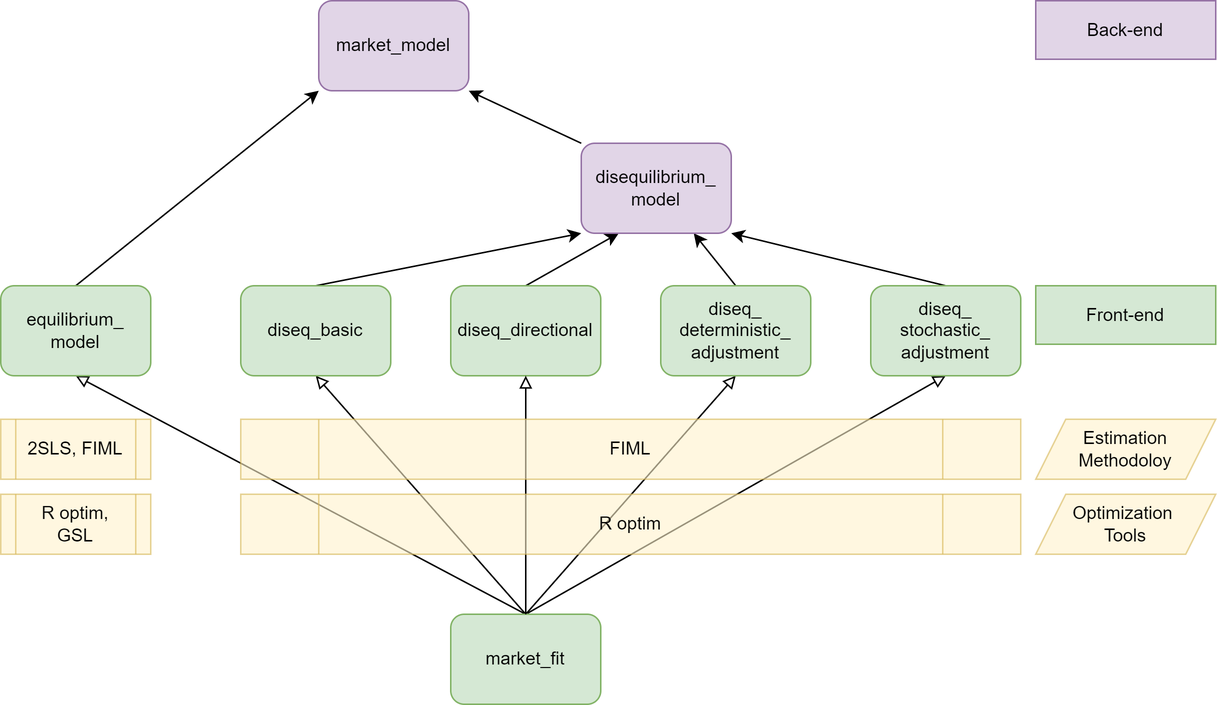
The draw.io diagram man/figures/design.png in pi-kappa-devel/markets, before a commit. Source tidied: cells renumbered, new cells last; positions are measured from the earlier drawing's top-left corner, leaving out a move shared by most shapes.
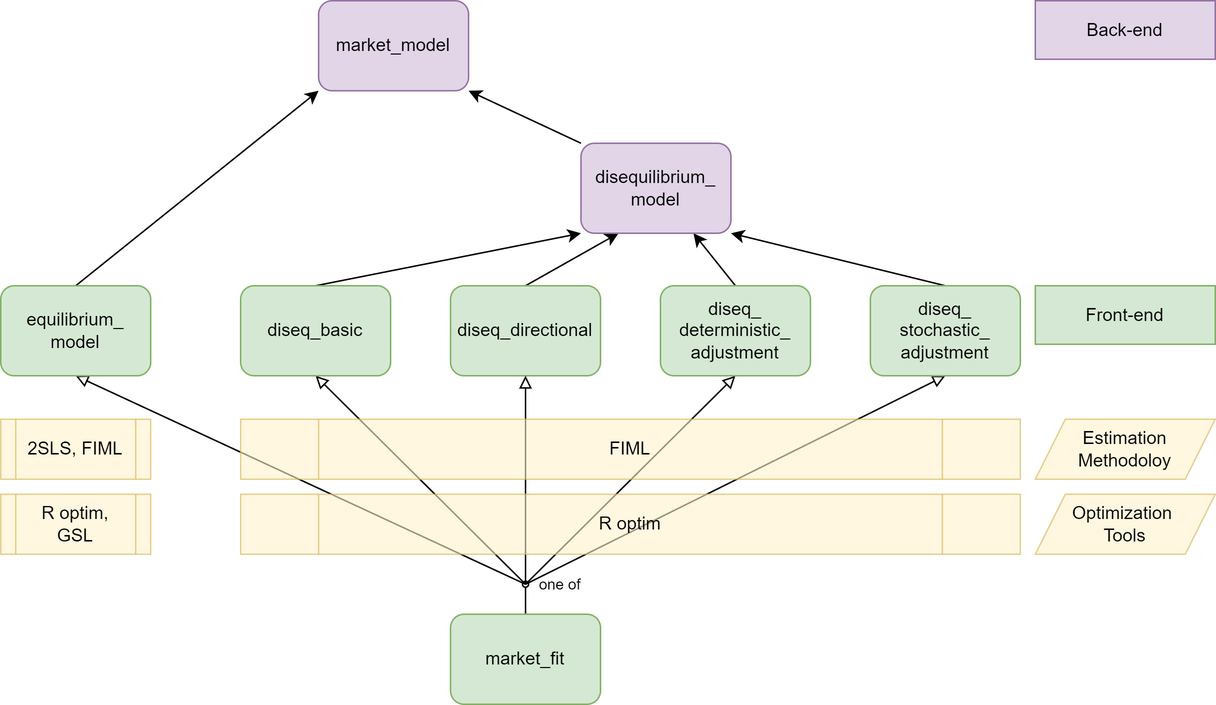
The same file after the commit.

The edit, as a diff of the source:
```diff
@@ -2,17 +2,25 @@
   <root>
     <mxCell id="0" />
     <mxCell id="1" parent="0" />
-    <mxCell id="2" style="edgeStyle=orthogonalEdgeStyle;rounded=0;jettySize=auto;html=1;noEdgeStyle=1;orthogonal=1;entryX=0.5;entryY=1;entryDx=0;entryDy=0;exitX=0.5;exitY=0;exitDx=0;exitDy=0;startArrow=none;startFill=0;endArrow=block;endFill=0;" parent="1" edge="1" source="25" target="9">
-      <mxGeometry relative="1" as="geometry" />
+    <mxCell id="2" style="edgeStyle=orthogonalEdgeStyle;rounded=0;jettySize=auto;html=1;noEdgeStyle=1;orthogonal=1;entryX=0.5;entryY=1;entryDx=0;entryDy=0;startArrow=none;startFill=0;endArrow=block;endFill=0;" parent="1" edge="1" target="9">
+      <mxGeometry relative="1" as="geometry">
+        <mxPoint x="350" y="389" as="sourcePoint" />
+      </mxGeometry>
     </mxCell>
-    <mxCell id="3" style="edgeStyle=orthogonalEdgeStyle;rounded=0;jettySize=auto;html=1;noEdgeStyle=1;orthogonal=1;entryX=0.5;entryY=1;entryDx=0;entryDy=0;exitX=0.5;exitY=0;exitDx=0;exitDy=0;startArrow=none;startFill=0;endArrow=block;endFill=0;" parent="1" edge="1" source="25" target="15">
-      <mxGeometry relative="1" as="geometry" />
+    <mxCell id="3" style="edgeStyle=orthogonalEdgeStyle;rounded=0;jettySize=auto;html=1;noEdgeStyle=1;orthogonal=1;entryX=0.5;entryY=1;entryDx=0;entryDy=0;startArrow=none;startFill=0;endArrow=block;endFill=0;" parent="1" edge="1" target="15">
+      <mxGeometry relative="1" as="geometry">
+        <mxPoint x="350" y="389" as="sourcePoint" />
+      </mxGeometry>
     </mxCell>
-    <mxCell id="4" style="edgeStyle=orthogonalEdgeStyle;rounded=0;jettySize=auto;html=1;noEdgeStyle=1;orthogonal=1;entryX=0.5;entryY=1;entryDx=0;entryDy=0;exitX=0.5;exitY=0;exitDx=0;exitDy=0;startArrow=none;startFill=0;endArrow=block;endFill=0;" parent="1" edge="1" source="25" target="17">
-      <mxGeometry relative="1" as="geometry" />
+    <mxCell id="4" style="edgeStyle=orthogonalEdgeStyle;rounded=0;jettySize=auto;html=1;noEdgeStyle=1;orthogonal=1;entryX=0.5;entryY=1;entryDx=0;entryDy=0;startArrow=none;startFill=0;endArrow=block;endFill=0;" parent="1" edge="1" target="17">
+      <mxGeometry relative="1" as="geometry">
+        <mxPoint x="350" y="389" as="sourcePoint" />
+      </mxGeometry>
     </mxCell>
-    <mxCell id="5" style="edgeStyle=orthogonalEdgeStyle;rounded=0;jettySize=auto;html=1;noEdgeStyle=1;orthogonal=1;entryX=0.5;entryY=1;entryDx=0;entryDy=0;exitX=0.5;exitY=0;exitDx=0;exitDy=0;startArrow=none;startFill=0;endArrow=block;endFill=0;" parent="1" edge="1" source="25" target="18">
-      <mxGeometry relative="1" as="geometry" />
+    <mxCell id="5" style="edgeStyle=orthogonalEdgeStyle;rounded=0;jettySize=auto;html=1;noEdgeStyle=1;orthogonal=1;entryX=0.5;entryY=1;entryDx=0;entryDy=0;startArrow=none;startFill=0;endArrow=block;endFill=0;" parent="1" edge="1" target="18">
+      <mxGeometry relative="1" as="geometry">
+        <mxPoint x="350" y="389" as="sourcePoint" />
+      </mxGeometry>
     </mxCell>
     <mxCell id="6" style="edgeStyle=orthogonalEdgeStyle;rounded=0;jettySize=auto;html=1;noEdgeStyle=1;orthogonal=1;exitX=0.5;exitY=0;exitDx=0;exitDy=0;" parent="1" edge="1" source="9" target="8">
       <mxGeometry relative="1" as="geometry" />
@@ -71,11 +79,21 @@
     <mxCell id="24" value="R optim,&lt;br&gt;GSL" style="shape=process;whiteSpace=wrap;html=1;backgroundOutline=1;align=center;fillColor=#fff2cc;strokeColor=#d6b656;labelBackgroundColor=none;opacity=60;" parent="1" vertex="1">
       <mxGeometry y="329" width="100" height="40" as="geometry" />
     </mxCell>
+    <mxCell id="29" value="&lt;font style=&quot;font-size: 10px;&quot;&gt;&amp;nbsp; one of&lt;/font&gt;" style="edgeStyle=orthogonalEdgeStyle;rounded=0;jettySize=auto;html=1;endArrow=oval;endFill=0;endSize=4;targetPerimeterSpacing=0;sourcePerimeterSpacing=0;startSize=4;labelBackgroundColor=none;" parent="1" edge="1" source="25">
+      <mxGeometry x="1" y="-20" relative="1" as="geometry">
+        <mxPoint x="350" y="389" as="targetPoint" />
+        <Array as="points">
+          <mxPoint x="350" y="399" />
+        </Array>
+      </mxGeometry>
+    </mxCell>
     <mxCell id="25" value="market_fit" style="rounded=1;whiteSpace=wrap;html=1;fillColor=#d5e8d4;strokeColor=#82b366;" parent="1" vertex="1">
       <mxGeometry x="300" y="409" width="100" height="60" as="geometry" />
     </mxCell>
-    <mxCell id="26" style="edgeStyle=orthogonalEdgeStyle;rounded=0;jettySize=auto;html=1;noEdgeStyle=1;orthogonal=1;entryX=0.5;entryY=1;entryDx=0;entryDy=0;startArrow=none;startFill=0;sourcePerimeterSpacing=-7;endArrow=block;endFill=0;exitX=0.5;exitY=0;exitDx=0;exitDy=0;" parent="1" edge="1" source="25" target="16">
-      <mxGeometry relative="1" as="geometry" />
+    <mxCell id="26" style="edgeStyle=orthogonalEdgeStyle;rounded=0;jettySize=auto;html=1;noEdgeStyle=1;orthogonal=1;entryX=0.5;entryY=1;entryDx=0;entryDy=0;startArrow=none;startFill=0;sourcePerimeterSpacing=-7;endArrow=block;endFill=0;" parent="1" edge="1" target="16">
+      <mxGeometry relative="1" as="geometry">
+        <mxPoint x="350" y="389" as="sourcePoint" />
+      </mxGeometry>
     </mxCell>
     <mxCell id="27" value="FIML" style="shape=process;whiteSpace=wrap;html=1;backgroundOutline=1;align=center;fillColor=#fff2cc;strokeColor=#d6b656;labelBackgroundColor=none;opacity=60;" parent="1" vertex="1">
       <mxGeometry x="160" y="279" width="520" height="40" as="geometry" />
```
